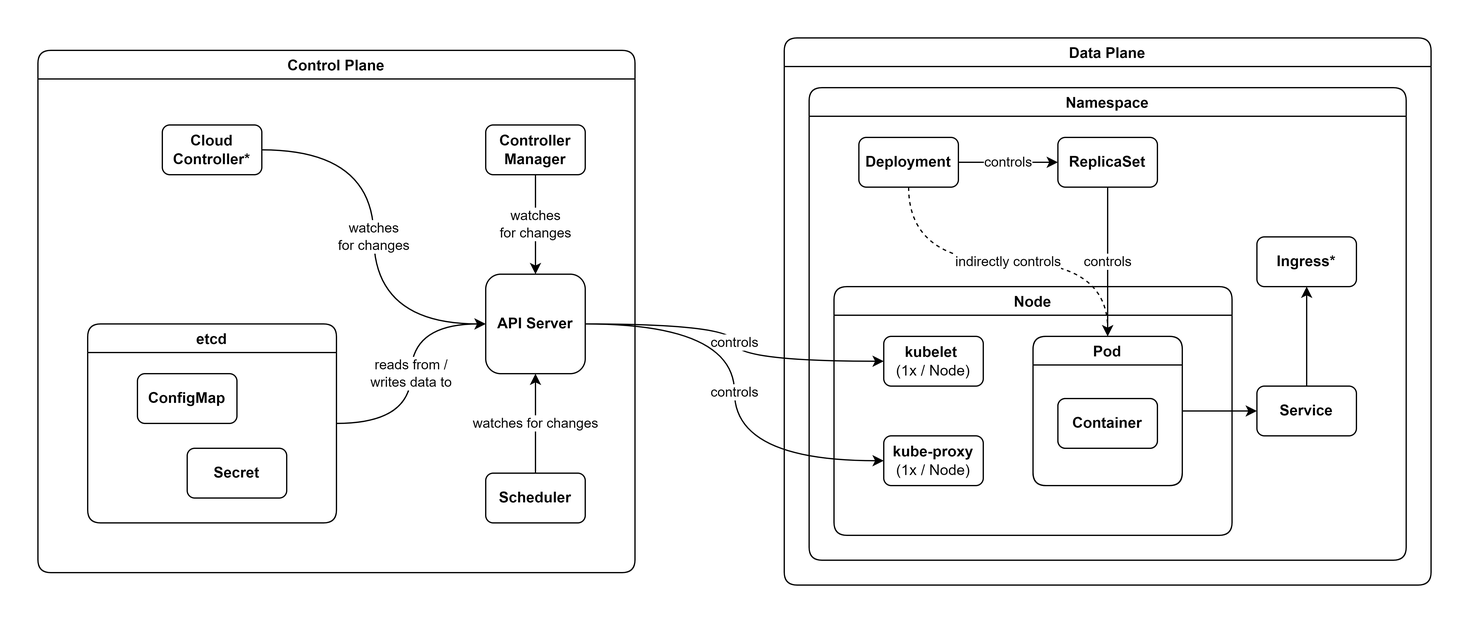
Above: kubernetes tutorial/assets/k8s_architecture.png in adoreblvnk/CICD_tutorials (draw.io), before the change. Source tidied: cells renumbered, new cells last; positions are measured from the earlier drawing's top-left corner, leaving out a move shared by most shapes.
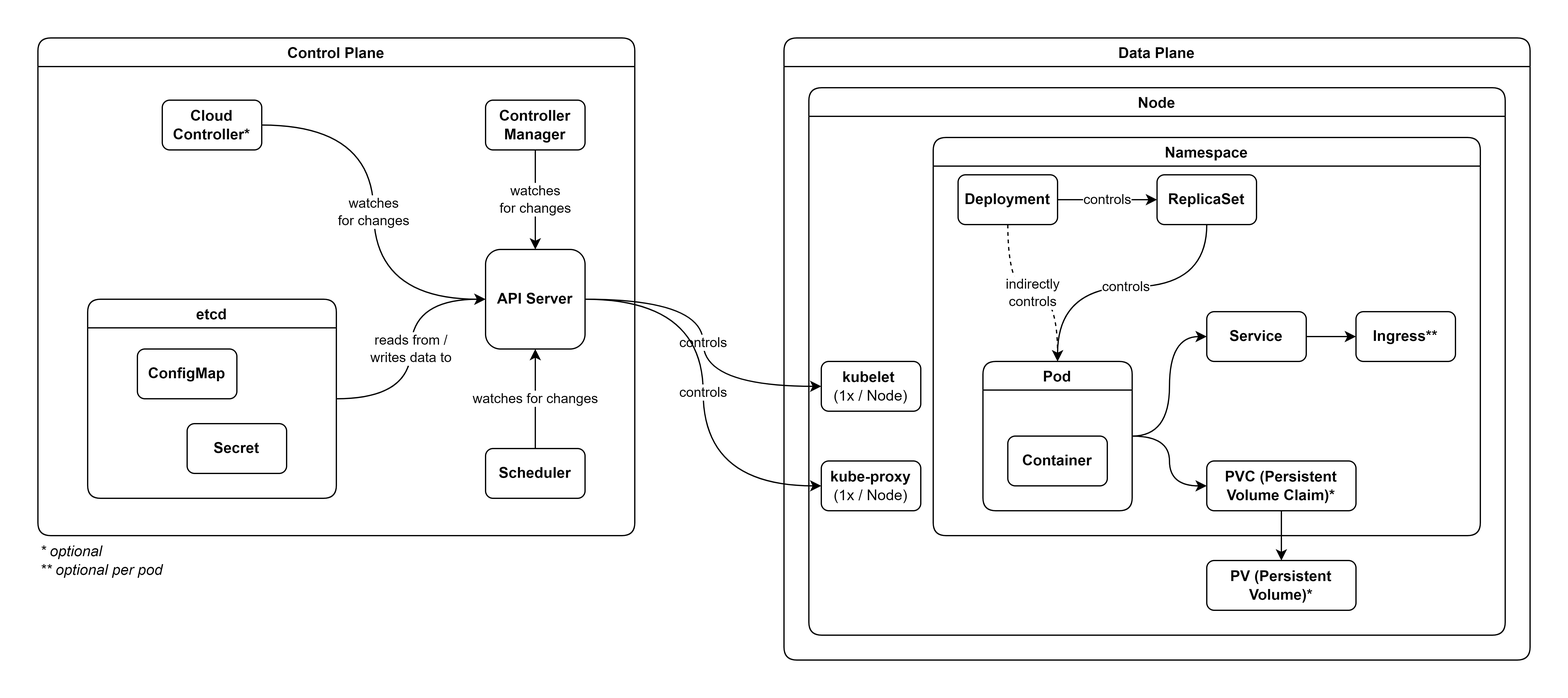
After the change.

The edit, as a diff of the source:
```diff
@@ -2,78 +2,93 @@
   <root>
     <mxCell id="0" />
     <mxCell id="1" parent="0" />
-    <mxCell id="2" value="Node" style="swimlane;rounded=1;startSize=23;" parent="1" vertex="1">
-      <mxGeometry x="640" y="200" width="320" height="200" as="geometry" />
-    </mxCell>
-    <mxCell id="3" value="Namespace" style="swimlane;rounded=1;" parent="1" vertex="1">
-      <mxGeometry x="620" y="40" width="480" height="380" as="geometry" />
+    <mxCell id="3" value="Node" style="swimlane;rounded=1;" parent="1" vertex="1">
+      <mxGeometry x="620" y="40" width="560" height="440" as="geometry" />
     </mxCell>
     <mxCell id="4" value="Data Plane" style="swimlane;rounded=1;" parent="1" vertex="1">
-      <mxGeometry x="600" width="520" height="440" as="geometry" />
+      <mxGeometry x="600" width="600" height="500" as="geometry" />
     </mxCell>
+    <mxCell id="2" value="Namespace" style="swimlane;rounded=1;startSize=23;" parent="4" vertex="1">
+      <mxGeometry x="120" y="80" width="440" height="320" as="geometry" />
+    </mxCell>
+    <mxCell id="34" style="edgeStyle=orthogonalEdgeStyle;html=1;entryX=0;entryY=0.5;entryDx=0;entryDy=0;curved=1;" parent="2" edge="1" source="9" target="16">
+      <mxGeometry relative="1" as="geometry" />
+    </mxCell>
+    <mxCell id="35" style="edgeStyle=orthogonalEdgeStyle;curved=1;html=1;entryX=0;entryY=0.5;entryDx=0;entryDy=0;" parent="2" edge="1" source="9" target="36">
+      <mxGeometry relative="1" as="geometry" />
+    </mxCell>
+    <mxCell id="9" value="Pod" style="swimlane;rounded=1;" parent="2" vertex="1">
+      <mxGeometry x="40" y="180" width="120" height="120" as="geometry" />
+    </mxCell>
+    <mxCell id="10" value="&lt;b&gt;Container&lt;/b&gt;" style="rounded=1;whiteSpace=wrap;html=1;" parent="9" vertex="1">
+      <mxGeometry x="20" y="60" width="80" height="40" as="geometry" />
+    </mxCell>
+    <mxCell id="16" value="&lt;b&gt;Service&lt;/b&gt;" style="rounded=1;whiteSpace=wrap;html=1;" parent="2" vertex="1">
+      <mxGeometry x="220" y="140" width="80" height="40" as="geometry" />
+    </mxCell>
+    <mxCell id="18" value="&lt;b&gt;Ingress**&lt;/b&gt;" style="rounded=1;whiteSpace=wrap;html=1;" parent="2" vertex="1">
+      <mxGeometry x="340" y="140" width="80" height="40" as="geometry" />
+    </mxCell>
+    <mxCell id="19" style="edgeStyle=orthogonalEdgeStyle;curved=1;html=1;entryX=0;entryY=0.5;entryDx=0;entryDy=0;" parent="2" edge="1" source="16" target="18">
+      <mxGeometry relative="1" as="geometry" />
+    </mxCell>
+    <mxCell id="36" value="&lt;b&gt;PVC (Persistent Volume Claim)*&lt;/b&gt;" style="rounded=1;whiteSpace=wrap;html=1;" parent="2" vertex="1">
+      <mxGeometry x="220" y="260" width="120" height="40" as="geometry" />
+    </mxCell>
     <mxCell id="5" value="&lt;b&gt;kubelet&lt;/b&gt;&amp;nbsp;&lt;br&gt;(1x / Node)" style="rounded=1;whiteSpace=wrap;html=1;" parent="4" vertex="1">
-      <mxGeometry x="80" y="240" width="80" height="40" as="geometry" />
+      <mxGeometry x="30" y="260" width="80" height="40" as="geometry" />
     </mxCell>
     <mxCell id="6" value="&lt;b&gt;kube-proxy&lt;br&gt;&lt;/b&gt;(1x / Node)" style="rounded=1;whiteSpace=wrap;html=1;" parent="4" vertex="1">
-      <mxGeometry x="80" y="320" width="80" height="40" as="geometry" />
+      <mxGeometry x="30" y="340" width="80" height="40" as="geometry" />
     </mxCell>
-    <mxCell id="7" value="Pod" style="swimlane;rounded=1;" parent="4" vertex="1">
-      <mxGeometry x="200" y="240" width="120" height="120" as="geometry" />
-    </mxCell>
-    <mxCell id="8" value="&lt;b&gt;Container&lt;/b&gt;" style="rounded=1;whiteSpace=wrap;html=1;" parent="7" vertex="1">
-      <mxGeometry x="20" y="50" width="80" height="40" as="geometry" />
-    </mxCell>
-    <mxCell id="9" value="Pod" style="swimlane;rounded=1;" parent="7" vertex="1">
-      <mxGeometry width="120" height="120" as="geometry" />
-    </mxCell>
-    <mxCell id="10" value="&lt;b&gt;Container&lt;/b&gt;" style="rounded=1;whiteSpace=wrap;html=1;" parent="7" vertex="1">
-      <mxGeometry x="20" y="50" width="80" height="40" as="geometry" />
-    </mxCell>
+    <mxCell id="12" value="indirectly&lt;br&gt;controls" style="edgeStyle=orthogonalEdgeStyle;curved=1;html=1;dashed=1;" parent="4" edge="1" source="11" target="9">
+      <mxGeometry relative="1" as="geometry" />
+    </mxCell>
     <mxCell id="11" value="&lt;b&gt;Deployment&lt;/b&gt;" style="rounded=1;whiteSpace=wrap;html=1;" parent="4" vertex="1">
-      <mxGeometry x="60" y="80" width="80" height="40" as="geometry" />
+      <mxGeometry x="140" y="110" width="80" height="40" as="geometry" />
     </mxCell>
-    <mxCell id="12" value="&lt;span style=&quot;color: rgb(0 , 0 , 0) ; font-family: &amp;#34;helvetica&amp;#34; ; font-size: 11px ; font-style: normal ; font-weight: 400 ; letter-spacing: normal ; text-align: center ; text-indent: 0px ; text-transform: none ; word-spacing: 0px ; background-color: rgb(255 , 255 , 255) ; display: inline ; float: none&quot;&gt;indirectly controls&lt;/span&gt;" style="edgeStyle=orthogonalEdgeStyle;curved=1;html=1;dashed=1;exitX=0.5;exitY=1;exitDx=0;exitDy=0;" parent="4" edge="1" source="11" target="9">
-      <mxGeometry relative="1" as="geometry">
-        <Array as="points">
-          <mxPoint x="100" y="180" />
-          <mxPoint x="260" y="180" />
-        </Array>
-      </mxGeometry>
-    </mxCell>
+    <mxCell id="15" value="controls" style="edgeStyle=orthogonalEdgeStyle;html=1;entryX=0.5;entryY=0;entryDx=0;entryDy=0;curved=1;" parent="4" edge="1" source="13" target="9">
+      <mxGeometry relative="1" as="geometry">
+        <Array as="points">
+          <mxPoint x="340" y="200" />
+          <mxPoint x="220" y="200" />
+        </Array>
+      </mxGeometry>
+    </mxCell>
     <mxCell id="13" value="&lt;b&gt;ReplicaSet&lt;/b&gt;" style="rounded=1;whiteSpace=wrap;html=1;" parent="4" vertex="1">
-      <mxGeometry x="220" y="80" width="80" height="40" as="geometry" />
+      <mxGeometry x="300" y="110" width="80" height="40" as="geometry" />
     </mxCell>
     <mxCell id="14" value="controls" style="edgeStyle=orthogonalEdgeStyle;curved=1;html=1;entryX=0;entryY=0.5;entryDx=0;entryDy=0;" parent="4" edge="1" source="11" target="13">
       <mxGeometry relative="1" as="geometry" />
     </mxCell>
-    <mxCell id="15" value="controls" style="edgeStyle=orthogonalEdgeStyle;curved=1;html=1;" parent="4" edge="1" source="13" target="9">
-      <mxGeometry relative="1" as="geometry">
-        <Array as="points">
-          <mxPoint x="260" y="130" />
-          <mxPoint x="260" y="130" />
-        </Array>
-      </mxGeometry>
-    </mxCell>
-    <mxCell id="16" value="&lt;b&gt;Service&lt;/b&gt;" style="rounded=1;whiteSpace=wrap;html=1;" parent="4" vertex="1">
-      <mxGeometry x="380" y="280" width="80" height="40" as="geometry" />
-    </mxCell>
-    <mxCell id="17" style="edgeStyle=orthogonalEdgeStyle;curved=1;html=1;entryX=0;entryY=0.5;entryDx=0;entryDy=0;" parent="4" edge="1" source="7" target="16">
-      <mxGeometry relative="1" as="geometry" />
-    </mxCell>
-    <mxCell id="18" value="&lt;b&gt;Ingress*&lt;/b&gt;" style="rounded=1;whiteSpace=wrap;html=1;" parent="4" vertex="1">
-      <mxGeometry x="380" y="160" width="80" height="40" as="geometry" />
-    </mxCell>
-    <mxCell id="19" style="edgeStyle=orthogonalEdgeStyle;curved=1;html=1;entryX=0.5;entryY=1;entryDx=0;entryDy=0;" parent="4" edge="1" source="16" target="18">
-      <mxGeometry relative="1" as="geometry" />
-    </mxCell>
+    <mxCell id="37" value="&lt;b&gt;PV (Persistent Volume)*&lt;/b&gt;" style="rounded=1;whiteSpace=wrap;html=1;" parent="4" vertex="1">
+      <mxGeometry x="340" y="420" width="120" height="40" as="geometry" />
+    </mxCell>
+    <mxCell id="38" style="edgeStyle=orthogonalEdgeStyle;curved=1;html=1;entryX=0.5;entryY=0;entryDx=0;entryDy=0;" parent="4" edge="1" source="36" target="37">
+      <mxGeometry relative="1" as="geometry" />
+    </mxCell>
     <mxCell id="20" value="Control Plane" style="swimlane;rounded=1;startSize=23;" parent="1" vertex="1">
-      <mxGeometry y="10" width="480" height="420" as="geometry" />
+      <mxGeometry width="480" height="400" as="geometry" />
     </mxCell>
+    <mxCell id="31" value="&lt;span style=&quot;color: rgb(0 , 0 , 0) ; font-family: &amp;#34;helvetica&amp;#34; ; font-size: 11px ; font-style: normal ; font-weight: 400 ; letter-spacing: normal ; text-align: center ; text-indent: 0px ; text-transform: none ; word-spacing: 0px ; background-color: rgb(255 , 255 , 255) ; display: inline ; float: none&quot;&gt;watches for changes&lt;/span&gt;" style="edgeStyle=none;html=1;" parent="1" edge="1" source="28">
+      <mxGeometry relative="1" as="geometry">
+        <mxPoint x="400" y="250" as="targetPoint" />
+      </mxGeometry>
+    </mxCell>
+    <mxCell id="32" value="controls" style="edgeStyle=orthogonalEdgeStyle;curved=1;html=1;entryX=0;entryY=0.5;entryDx=0;entryDy=0;" parent="1" edge="1" source="25" target="5">
+      <mxGeometry relative="1" as="geometry" />
+    </mxCell>
+    <mxCell id="33" value="controls" style="edgeStyle=orthogonalEdgeStyle;curved=1;html=1;entryX=0;entryY=0.5;entryDx=0;entryDy=0;" parent="1" edge="1" source="25" target="6">
+      <mxGeometry relative="1" as="geometry" />
+    </mxCell>
+    <mxCell id="39" value="&lt;i&gt;* optional&lt;br&gt;** optional per pod&lt;br&gt;&lt;/i&gt;" style="text;html=1;strokeColor=none;fillColor=none;align=left;verticalAlign=middle;whiteSpace=wrap;rounded=0;" parent="1" vertex="1">
+      <mxGeometry y="400" width="120" height="40" as="geometry" />
+    </mxCell>
-    <mxCell id="21" value="&lt;span style=&quot;color: rgb(0 , 0 , 0) ; font-family: &amp;#34;helvetica&amp;#34; ; font-size: 11px ; font-style: normal ; font-weight: 400 ; letter-spacing: normal ; text-align: center ; text-indent: 0px ; text-transform: none ; word-spacing: 0px ; background-color: rgb(255 , 255 , 255) ; display: inline ; float: none&quot;&gt;reads from /&lt;/span&gt;&lt;br style=&quot;color: rgb(0 , 0 , 0) ; font-family: &amp;#34;helvetica&amp;#34; ; font-size: 11px ; font-style: normal ; font-weight: 400 ; letter-spacing: normal ; text-align: center ; text-indent: 0px ; text-transform: none ; word-spacing: 0px&quot;&gt;&lt;span style=&quot;color: rgb(0 , 0 , 0) ; font-family: &amp;#34;helvetica&amp;#34; ; font-size: 11px ; font-style: normal ; font-weight: 400 ; letter-spacing: normal ; text-align: center ; text-indent: 0px ; text-transform: none ; word-spacing: 0px ; background-color: rgb(255 , 255 , 255) ; display: inline ; float: none&quot;&gt;writes data to&lt;/span&gt;" style="edgeStyle=orthogonalEdgeStyle;html=1;entryX=0;entryY=0.5;entryDx=0;entryDy=0;curved=1;" parent="20" edge="1" source="22" target="25">
+    <mxCell id="21" value="&lt;span style=&quot;color: rgb(0 , 0 , 0) ; font-family: &amp;#34;helvetica&amp;#34; ; font-size: 11px ; font-style: normal ; font-weight: 400 ; letter-spacing: normal ; text-align: center ; text-indent: 0px ; text-transform: none ; word-spacing: 0px ; background-color: rgb(255 , 255 , 255) ; display: inline ; float: none&quot;&gt;reads from /&lt;/span&gt;&lt;br style=&quot;color: rgb(0 , 0 , 0) ; font-family: &amp;#34;helvetica&amp;#34; ; font-size: 11px ; font-style: normal ; font-weight: 400 ; letter-spacing: normal ; text-align: center ; text-indent: 0px ; text-transform: none ; word-spacing: 0px&quot;&gt;&lt;span style=&quot;color: rgb(0 , 0 , 0) ; font-family: &amp;#34;helvetica&amp;#34; ; font-size: 11px ; font-style: normal ; font-weight: 400 ; letter-spacing: normal ; text-align: center ; text-indent: 0px ; text-transform: none ; word-spacing: 0px ; background-color: rgb(255 , 255 , 255) ; display: inline ; float: none&quot;&gt;writes data to&lt;/span&gt;" style="edgeStyle=orthogonalEdgeStyle;html=1;entryX=0;entryY=0.5;entryDx=0;entryDy=0;curved=1;" parent="1" edge="1" source="22" target="25">
       <mxGeometry relative="1" as="geometry" />
     </mxCell>
-    <mxCell id="22" value="etcd" style="swimlane;rounded=1;startSize=23;" parent="20" vertex="1">
-      <mxGeometry x="40" y="220" width="200" height="160" as="geometry" />
+    <mxCell id="22" value="etcd" style="swimlane;rounded=1;startSize=23;" parent="1" vertex="1">
+      <mxGeometry x="40" y="210" width="200" height="160" as="geometry" />
     </mxCell>
     <mxCell id="23" value="&lt;b&gt;ConfigMap&lt;/b&gt;" style="rounded=1;whiteSpace=wrap;html=1;" parent="22" vertex="1">
       <mxGeometry x="40" y="40" width="80" height="40" as="geometry" />
@@ -81,34 +96,23 @@
     <mxCell id="24" value="&lt;b&gt;Secret&lt;/b&gt;" style="rounded=1;whiteSpace=wrap;html=1;" parent="22" vertex="1">
       <mxGeometry x="80" y="100" width="80" height="40" as="geometry" />
     </mxCell>
-    <mxCell id="25" value="&lt;b&gt;API Server&lt;/b&gt;" style="rounded=1;whiteSpace=wrap;html=1;" parent="20" vertex="1">
-      <mxGeometry x="360" y="180" width="80" height="80" as="geometry" />
+    <mxCell id="25" value="&lt;b&gt;API Server&lt;/b&gt;" style="rounded=1;whiteSpace=wrap;html=1;" parent="1" vertex="1">
+      <mxGeometry x="360" y="170" width="80" height="80" as="geometry" />
     </mxCell>
-    <mxCell id="26" value="&lt;b&gt;Controller Manager&lt;/b&gt;" style="rounded=1;whiteSpace=wrap;html=1;" parent="20" vertex="1">
-      <mxGeometry x="360" y="60" width="80" height="40" as="geometry" />
+    <mxCell id="26" value="&lt;b&gt;Controller Manager&lt;/b&gt;" style="rounded=1;whiteSpace=wrap;html=1;" parent="1" vertex="1">
+      <mxGeometry x="360" y="50" width="80" height="40" as="geometry" />
     </mxCell>
-    <mxCell id="27" value="watches&lt;br&gt;for changes" style="edgeStyle=orthogonalEdgeStyle;curved=1;html=1;entryX=0.5;entryY=0;entryDx=0;entryDy=0;" parent="20" edge="1" source="26" target="25">
+    <mxCell id="27" value="watches&lt;br&gt;for changes" style="edgeStyle=orthogonalEdgeStyle;curved=1;html=1;entryX=0.5;entryY=0;entryDx=0;entryDy=0;" parent="1" edge="1" source="26" target="25">
       <mxGeometry relative="1" as="geometry" />
     </mxCell>
-    <mxCell id="28" value="&lt;b&gt;Scheduler&lt;br&gt;&lt;/b&gt;" style="rounded=1;whiteSpace=wrap;html=1;" parent="20" vertex="1">
-      <mxGeometry x="360" y="340" width="80" height="40" as="geometry" />
+    <mxCell id="28" value="&lt;b&gt;Scheduler&lt;br&gt;&lt;/b&gt;" style="rounded=1;whiteSpace=wrap;html=1;" parent="1" vertex="1">
+      <mxGeometry x="360" y="330" width="80" height="40" as="geometry" />
     </mxCell>
-    <mxCell id="29" value="&lt;span style=&quot;color: rgb(0 , 0 , 0) ; font-family: &amp;#34;helvetica&amp;#34; ; font-size: 11px ; font-style: normal ; font-weight: 400 ; letter-spacing: normal ; text-align: center ; text-indent: 0px ; text-transform: none ; word-spacing: 0px ; background-color: rgb(255 , 255 , 255) ; display: inline ; float: none&quot;&gt;watches&lt;/span&gt;&lt;br style=&quot;color: rgb(0 , 0 , 0) ; font-family: &amp;#34;helvetica&amp;#34; ; font-size: 11px ; font-style: normal ; font-weight: 400 ; letter-spacing: normal ; text-align: center ; text-indent: 0px ; text-transform: none ; word-spacing: 0px&quot;&gt;&lt;span style=&quot;color: rgb(0 , 0 , 0) ; font-family: &amp;#34;helvetica&amp;#34; ; font-size: 11px ; font-style: normal ; font-weight: 400 ; letter-spacing: normal ; text-align: center ; text-indent: 0px ; text-transform: none ; word-spacing: 0px ; background-color: rgb(255 , 255 , 255) ; display: inline ; float: none&quot;&gt;for changes&lt;/span&gt;" style="edgeStyle=orthogonalEdgeStyle;curved=1;html=1;entryX=0;entryY=0.5;entryDx=0;entryDy=0;" parent="20" edge="1" source="30" target="25">
+    <mxCell id="29" value="&lt;span style=&quot;color: rgb(0 , 0 , 0) ; font-family: &amp;#34;helvetica&amp;#34; ; font-size: 11px ; font-style: normal ; font-weight: 400 ; letter-spacing: normal ; text-align: center ; text-indent: 0px ; text-transform: none ; word-spacing: 0px ; background-color: rgb(255 , 255 , 255) ; display: inline ; float: none&quot;&gt;watches&lt;/span&gt;&lt;br style=&quot;color: rgb(0 , 0 , 0) ; font-family: &amp;#34;helvetica&amp;#34; ; font-size: 11px ; font-style: normal ; font-weight: 400 ; letter-spacing: normal ; text-align: center ; text-indent: 0px ; text-transform: none ; word-spacing: 0px&quot;&gt;&lt;span style=&quot;color: rgb(0 , 0 , 0) ; font-family: &amp;#34;helvetica&amp;#34; ; font-size: 11px ; font-style: normal ; font-weight: 400 ; letter-spacing: normal ; text-align: center ; text-indent: 0px ; text-transform: none ; word-spacing: 0px ; background-color: rgb(255 , 255 , 255) ; display: inline ; float: none&quot;&gt;for changes&lt;/span&gt;" style="edgeStyle=orthogonalEdgeStyle;curved=1;html=1;entryX=0;entryY=0.5;entryDx=0;entryDy=0;" parent="1" edge="1" source="30" target="25">
       <mxGeometry relative="1" as="geometry" />
     </mxCell>
-    <mxCell id="30" value="&lt;b&gt;Cloud Controller*&lt;/b&gt;" style="rounded=1;whiteSpace=wrap;html=1;" parent="20" vertex="1">
-      <mxGeometry x="100" y="60" width="80" height="40" as="geometry" />
+    <mxCell id="30" value="&lt;b&gt;Cloud Controller*&lt;/b&gt;" style="rounded=1;whiteSpace=wrap;html=1;" parent="1" vertex="1">
+      <mxGeometry x="100" y="50" width="80" height="40" as="geometry" />
     </mxCell>
-    <mxCell id="31" value="&lt;span style=&quot;color: rgb(0 , 0 , 0) ; font-family: &amp;#34;helvetica&amp;#34; ; font-size: 11px ; font-style: normal ; font-weight: 400 ; letter-spacing: normal ; text-align: center ; text-indent: 0px ; text-transform: none ; word-spacing: 0px ; background-color: rgb(255 , 255 , 255) ; display: inline ; float: none&quot;&gt;watches for changes&lt;/span&gt;" style="edgeStyle=none;html=1;" parent="1" edge="1" source="28">
-      <mxGeometry relative="1" as="geometry">
-        <mxPoint x="400" y="270" as="targetPoint" />
-      </mxGeometry>
-    </mxCell>
-    <mxCell id="32" value="controls" style="edgeStyle=orthogonalEdgeStyle;curved=1;html=1;entryX=0;entryY=0.5;entryDx=0;entryDy=0;" parent="1" edge="1" source="25" target="5">
-      <mxGeometry relative="1" as="geometry" />
-    </mxCell>
-    <mxCell id="33" value="controls" style="edgeStyle=orthogonalEdgeStyle;curved=1;html=1;entryX=0;entryY=0.5;entryDx=0;entryDy=0;" parent="1" edge="1" source="25" target="6">
-      <mxGeometry relative="1" as="geometry" />
-    </mxCell>
   </root>
 </mxGraphModel>
```
